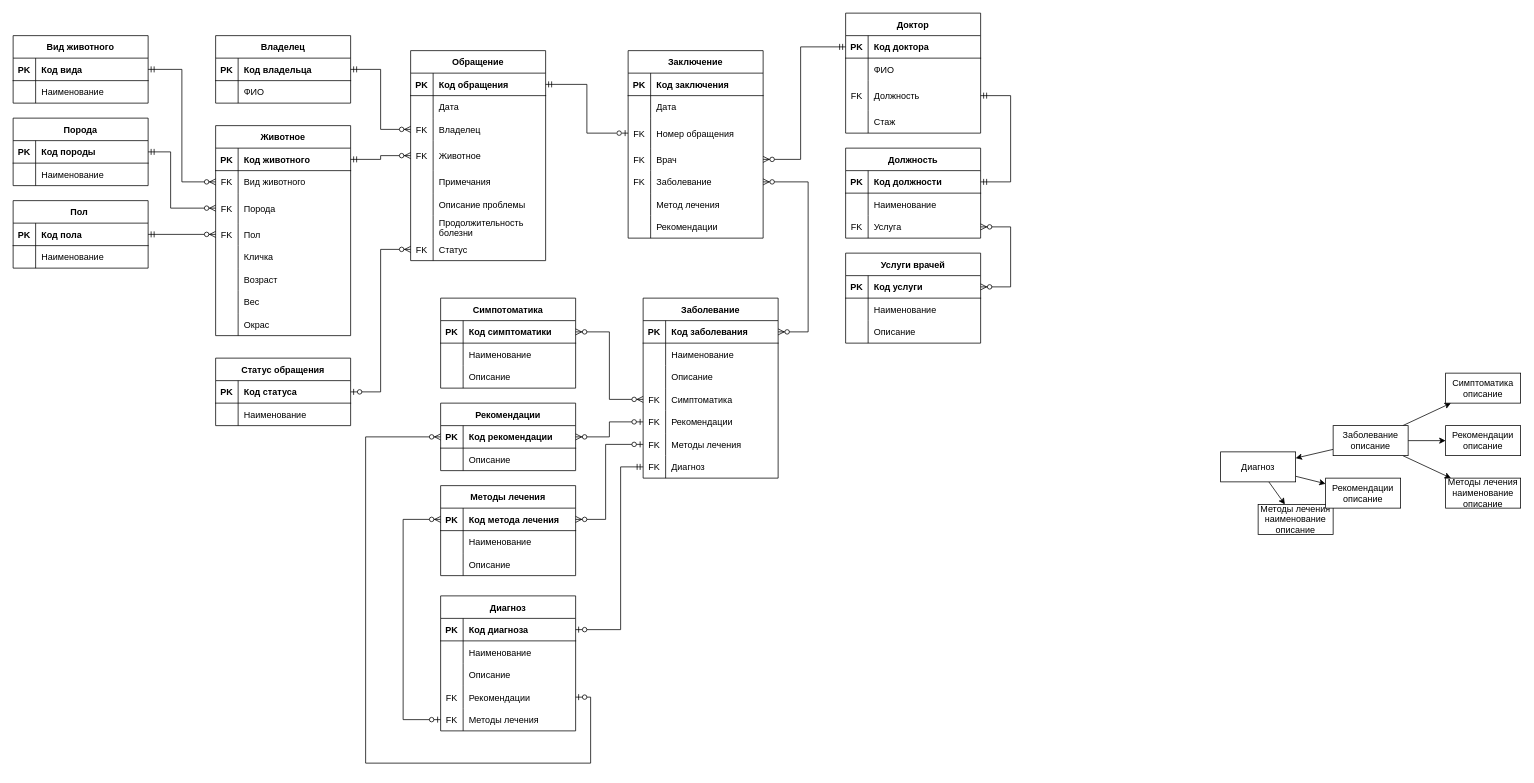
Before: ER.drawio in iluxa678/newsait, a draw.io diagram. Source tidied: cells renumbered, new cells numbered last; positions are measured from the earlier drawing's top-left corner, leaving out a move shared by most shapes. Both pictures are drawn from the tidied source at 75%, with x=0, y=0 at pixel (13, 13).
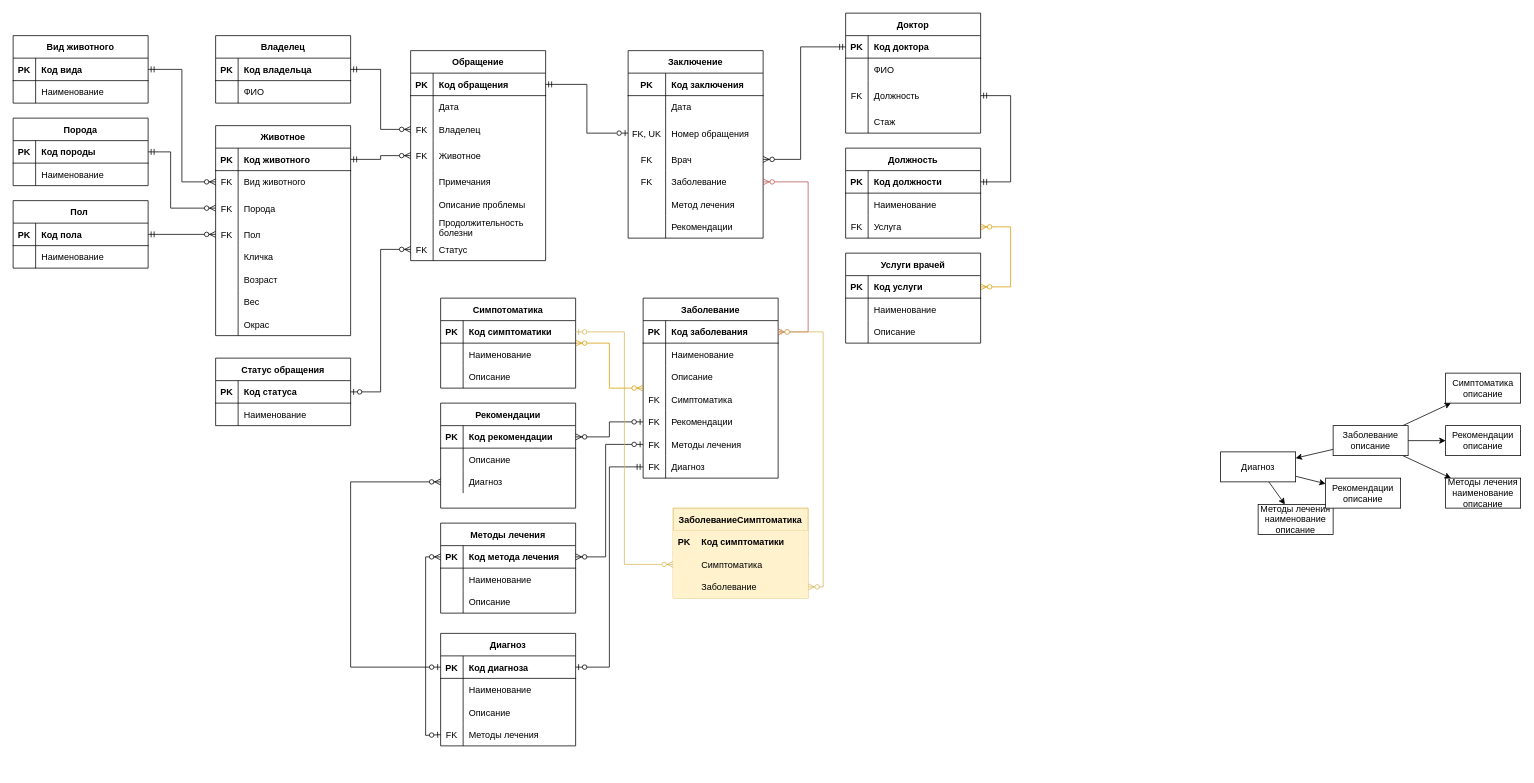
Above is the later version.

The change refers to these unchanged cells:
```xml
<mxCell id="28" style="shape=partialRectangle;fillColor=none;top=0;left=0;bottom=1;right=0;" parent="27" vertex="1">
  <mxGeometry y="30" width="180" height="30" as="geometry" />
</mxCell>
<mxCell id="31" style="shape=partialRectangle;fillColor=none;top=0;left=0;bottom=0;right=0;" parent="27" vertex="1">
  <mxGeometry y="60" width="180" height="30" as="geometry" />
</mxCell>
<mxCell id="34" style="shape=partialRectangle;fillColor=none;top=0;left=0;bottom=0;right=0;points=[[0,0.5],[1,0.5]];portConstraint=eastwest;" parent="27" vertex="1">
  <mxGeometry y="90" width="180" height="40" as="geometry" />
</mxCell>
<mxCell id="37" style="shape=partialRectangle;fillColor=none;top=0;left=0;bottom=0;right=0;points=[[0,0.5],[1,0.5]];portConstraint=eastwest;" parent="27" vertex="1">
  <mxGeometry y="130" width="180" height="30" as="geometry" />
</mxCell>
<mxCell id="40" style="shape=partialRectangle;fillColor=none;top=0;left=0;bottom=0;right=0;points=[[0,0.5],[1,0.5]];portConstraint=eastwest;" parent="27" vertex="1">
  <mxGeometry y="160" width="180" height="30" as="geometry" />
</mxCell>
<mxCell id="43" style="shape=partialRectangle;fillColor=none;top=0;left=0;bottom=0;right=0;" parent="27" vertex="1">
  <mxGeometry y="190" width="180" height="30" as="geometry" />
</mxCell>
<mxCell id="46" style="shape=partialRectangle;fillColor=none;top=0;left=0;bottom=0;right=0;" parent="27" vertex="1">
  <mxGeometry y="220" width="180" height="30" as="geometry" />
</mxCell>
<mxCell id="137" style="shape=partialRectangle;fillColor=none;top=0;left=0;bottom=0;right=0;points=[[0,0.5],[1,0.5]];portConstraint=eastwest;" parent="130" vertex="1">
  <mxGeometry y="90" width="180" height="30" as="geometry" />
</mxCell>
<mxCell id="142" style="shape=partialRectangle;fillColor=none;top=0;left=0;bottom=1;right=0;points=[[0,0.5],[1,0.5]];portConstraint=eastwest;" parent="141" vertex="1">
  <mxGeometry y="30" width="180" height="30" as="geometry" />
</mxCell>
<mxCell id="165" value="Заболевание" style="shape=table;startSize=30;childLayout=tableLayout;rowLines=0;fontStyle=1;align=center;" parent="1" vertex="1">
  <mxGeometry x="840" y="380" width="180" height="240" as="geometry" />
</mxCell>
<mxCell id="166" style="shape=partialRectangle;fillColor=none;top=0;left=0;bottom=1;right=0;points=[[0,0.5],[1,0.5]];portConstraint=eastwest;" parent="165" vertex="1">
  <mxGeometry y="30" width="180" height="30" as="geometry" />
</mxCell>
<mxCell id="175" style="shape=partialRectangle;fillColor=none;top=0;left=0;bottom=0;right=0;points=[[0,0.5],[1,0.5]];portConstraint=eastwest;" parent="165" vertex="1">
  <mxGeometry y="120" width="180" height="30" as="geometry" />
</mxCell>
<mxCell id="181" style="shape=partialRectangle;fillColor=none;top=0;left=0;bottom=0;right=0;points=[[0,0.5],[1,0.5]];portConstraint=eastwest;" parent="165" vertex="1">
  <mxGeometry y="180" width="180" height="30" as="geometry" />
</mxCell>
<mxCell id="184" style="shape=partialRectangle;fillColor=none;top=0;left=0;bottom=0;right=0;points=[[0,0.5],[1,0.5]];portConstraint=eastwest;" parent="165" vertex="1">
  <mxGeometry y="210" width="180" height="30" as="geometry" />
</mxCell>
<mxCell id="188" style="shape=partialRectangle;fillColor=none;top=0;left=0;bottom=1;right=0;points=[[0,0.5],[1,0.5]];portConstraint=eastwest;" parent="187" vertex="1">
  <mxGeometry y="30" width="180" height="30" as="geometry" />
</mxCell>
<mxCell id="195" style="shape=partialRectangle;fillColor=none;top=0;left=0;bottom=1;right=0;points=[[0,0.5],[1,0.5]];portConstraint=eastwest;" parent="194" vertex="1">
  <mxGeometry y="30" width="180" height="30" as="geometry" />
</mxCell>
<mxCell id="204" value="Симпотоматика" style="shape=table;startSize=30;childLayout=tableLayout;rowLines=0;fontStyle=1;align=center;" parent="1" vertex="1">
  <mxGeometry x="570" y="380" width="180" height="120" as="geometry" />
</mxCell>
<mxCell id="205" style="shape=partialRectangle;fillColor=none;top=0;left=0;bottom=1;right=0;points=[[0,0.5],[1,0.5]];portConstraint=eastwest;" parent="204" vertex="1">
  <mxGeometry y="30" width="180" height="30" as="geometry" />
</mxCell>
<mxCell id="219" style="shape=partialRectangle;fillColor=none;top=0;left=0;bottom=1;right=0;points=[[0,0.5],[1,0.5]];portConstraint=eastwest;" parent="218" vertex="1">
  <mxGeometry y="30" width="180" height="30" as="geometry" />
</mxCell>
```

What changed in the source:
```diff
@@
     <mxCell id="29" value="PK" style="shape=partialRectangle;fillColor=none;top=0;left=0;bottom=0;right=0;fontStyle=1;overflow=hidden;" parent="28" vertex="1">
-      <mxGeometry width="30" height="30" as="geometry" />
+      <mxGeometry width="50" height="30" as="geometry" />
     </mxCell>
     <mxCell id="30" value="Код заключения" style="shape=partialRectangle;fillColor=none;top=0;left=0;bottom=0;right=0;align=left;spacingLeft=6;fontStyle=1;overflow=hidden;" parent="28" vertex="1">
-      <mxGeometry x="30" width="150" height="30" as="geometry" />
+      <mxGeometry x="50" width="130" height="30" as="geometry" />
     </mxCell>
@@
     <mxCell id="32" style="shape=partialRectangle;fillColor=none;top=0;left=0;bottom=0;right=0;overflow=hidden;" parent="31" vertex="1">
-      <mxGeometry width="30" height="30" as="geometry" />
+      <mxGeometry width="50" height="30" as="geometry" />
     </mxCell>
     <mxCell id="33" value="Дата" style="shape=partialRectangle;fillColor=none;top=0;left=0;bottom=0;right=0;align=left;spacingLeft=6;overflow=hidden;" parent="31" vertex="1">
-      <mxGeometry x="30" width="150" height="30" as="geometry" />
+      <mxGeometry x="50" width="130" height="30" as="geometry" />
     </mxCell>
@@
-    <mxCell id="35" value="FK" style="shape=partialRectangle;fillColor=none;top=0;left=0;bottom=0;right=0;overflow=hidden;" parent="34" vertex="1">
-      <mxGeometry width="30" height="40" as="geometry" />
+    <mxCell id="35" value="FK, UK" style="shape=partialRectangle;fillColor=none;top=0;left=0;bottom=0;right=0;overflow=hidden;" parent="34" vertex="1">
+      <mxGeometry width="50" height="40" as="geometry" />
     </mxCell>
     <mxCell id="36" value="Номер обращения" style="shape=partialRectangle;fillColor=none;top=0;left=0;bottom=0;right=0;align=left;spacingLeft=6;overflow=hidden;" parent="34" vertex="1">
-      <mxGeometry x="30" width="150" height="40" as="geometry" />
+      <mxGeometry x="50" width="130" height="40" as="geometry" />
     </mxCell>
@@
     <mxCell id="38" value="FK" style="shape=partialRectangle;fillColor=none;top=0;left=0;bottom=0;right=0;overflow=hidden;" parent="37" vertex="1">
-      <mxGeometry width="30" height="30" as="geometry" />
+      <mxGeometry width="50" height="30" as="geometry" />
     </mxCell>
     <mxCell id="39" value="Врач" style="shape=partialRectangle;top=0;left=0;bottom=0;right=0;align=left;spacingLeft=6;overflow=hidden;fillColor=none;" parent="37" vertex="1">
-      <mxGeometry x="30" width="150" height="30" as="geometry" />
+      <mxGeometry x="50" width="130" height="30" as="geometry" />
     </mxCell>
@@
     <mxCell id="41" value="FK" style="shape=partialRectangle;fillColor=none;top=0;left=0;bottom=0;right=0;overflow=hidden;" parent="40" vertex="1">
-      <mxGeometry width="30" height="30" as="geometry" />
+      <mxGeometry width="50" height="30" as="geometry" />
     </mxCell>
     <mxCell id="42" value="Заболевание" style="shape=partialRectangle;top=0;left=0;bottom=0;right=0;align=left;spacingLeft=6;overflow=hidden;strokeColor=#b85450;fillColor=none;" parent="40" vertex="1">
-      <mxGeometry x="30" width="150" height="30" as="geometry" />
+      <mxGeometry x="50" width="130" height="30" as="geometry" />
     </mxCell>
@@
     <mxCell id="44" style="shape=partialRectangle;fillColor=none;top=0;left=0;bottom=0;right=0;overflow=hidden;" parent="43" vertex="1">
-      <mxGeometry width="30" height="30" as="geometry" />
+      <mxGeometry width="50" height="30" as="geometry" />
     </mxCell>
     <mxCell id="45" value="Метод лечения" style="shape=partialRectangle;fillColor=none;top=0;left=0;bottom=0;right=0;align=left;spacingLeft=6;overflow=hidden;" parent="43" vertex="1">
-      <mxGeometry x="30" width="150" height="30" as="geometry" />
+      <mxGeometry x="50" width="130" height="30" as="geometry" />
     </mxCell>
@@
     <mxCell id="47" style="shape=partialRectangle;fillColor=none;top=0;left=0;bottom=0;right=0;overflow=hidden;" parent="46" vertex="1">
-      <mxGeometry width="30" height="30" as="geometry" />
+      <mxGeometry width="50" height="30" as="geometry" />
     </mxCell>
     <mxCell id="48" value="Рекомендации" style="shape=partialRectangle;fillColor=none;top=0;left=0;bottom=0;right=0;align=left;spacingLeft=6;overflow=hidden;" parent="46" vertex="1">
-      <mxGeometry x="30" width="150" height="30" as="geometry" />
+      <mxGeometry x="50" width="130" height="30" as="geometry" />
     </mxCell>
@@
-    <mxCell id="151" style="edgeStyle=orthogonalEdgeStyle;rounded=0;jettySize=auto;html=1;exitX=1;exitY=0.5;exitDx=0;exitDy=0;entryX=1;entryY=0.5;entryDx=0;entryDy=0;startArrow=ERzeroToMany;startFill=1;endArrow=ERzeroToMany;endFill=1;" parent="1" edge="1" source="142" target="137">
+    <mxCell id="151" style="edgeStyle=orthogonalEdgeStyle;rounded=0;jettySize=auto;html=1;exitX=1;exitY=0.5;exitDx=0;exitDy=0;entryX=1;entryY=0.5;entryDx=0;entryDy=0;startArrow=ERzeroToMany;startFill=1;endArrow=ERzeroToMany;endFill=1;fillColor=#ffe6cc;strokeColor=#d79b00;" parent="1" edge="1" source="142" target="137">
       <mxGeometry relative="1" as="geometry">
         <Array as="points">
           <mxPoint x="1330" y="365" />
           <mxPoint x="1330" y="285" />
         </Array>
       </mxGeometry>
     </mxCell>
@@
     <mxCell id="187" value="Рекомендации" style="shape=table;startSize=30;childLayout=tableLayout;rowLines=0;fontStyle=1;align=center;" parent="1" vertex="1">
-      <mxGeometry x="570" y="520" width="180" height="90" as="geometry" />
+      <mxGeometry x="570" y="520" width="180" height="140" as="geometry" />
     </mxCell>
@@
+    <mxCell id="237" style="shape=partialRectangle;fillColor=none;top=0;left=0;bottom=0;right=0;points=[[0,0.5],[1,0.5]];portConstraint=eastwest;" parent="187" vertex="1">
+      <mxGeometry y="90" width="180" height="30" as="geometry" />
+    </mxCell>
+    <mxCell id="238" value="    " style="shape=partialRectangle;fillColor=none;top=0;left=0;bottom=0;right=0;overflow=hidden;" parent="237" vertex="1">
+      <mxGeometry width="30" height="30" as="geometry" />
+    </mxCell>
+    <mxCell id="239" value="Диагноз" style="shape=partialRectangle;fillColor=none;top=0;left=0;bottom=0;right=0;align=left;spacingLeft=6;overflow=hidden;" parent="237" vertex="1">
+      <mxGeometry x="30" width="150" height="30" as="geometry" />
+    </mxCell>
     <mxCell id="194" value="Методы лечения" style="shape=table;startSize=30;childLayout=tableLayout;rowLines=0;fontStyle=1;align=center;" parent="1" vertex="1">
-      <mxGeometry x="570" y="630" width="180" height="120" as="geometry" />
+      <mxGeometry x="570" y="680" width="180" height="120" as="geometry" />
     </mxCell>
@@
-    <mxCell id="214" style="edgeStyle=orthogonalEdgeStyle;rounded=0;jettySize=auto;html=1;exitX=1;exitY=0.5;exitDx=0;exitDy=0;startArrow=ERzeroToMany;startFill=1;endArrow=ERzeroToMany;endFill=1;" parent="1" edge="1" source="166" target="40">
+    <mxCell id="214" style="edgeStyle=orthogonalEdgeStyle;rounded=0;jettySize=auto;html=1;exitX=1;exitY=0.5;exitDx=0;exitDy=0;startArrow=ERzeroToMany;startFill=1;endArrow=ERzeroToMany;endFill=1;fillColor=#f8cecc;strokeColor=#b85450;" parent="1" edge="1" source="166" target="40">
       <mxGeometry relative="1" as="geometry">
         <Array as="points">
           <mxPoint x="1060" y="425" />
           <mxPoint x="1060" y="225" />
         </Array>
       </mxGeometry>
     </mxCell>
-    <mxCell id="215" style="edgeStyle=orthogonalEdgeStyle;rounded=0;jettySize=auto;html=1;exitX=1;exitY=0.5;exitDx=0;exitDy=0;startArrow=ERzeroToMany;startFill=1;endArrow=ERzeroToMany;endFill=1;" parent="1" edge="1" source="205" target="175">
+    <mxCell id="215" style="edgeStyle=orthogonalEdgeStyle;rounded=0;jettySize=auto;html=1;startArrow=ERzeroToMany;startFill=1;endArrow=ERzeroToMany;endFill=1;fillColor=#ffe6cc;strokeColor=#d79b00;" parent="1" edge="1" source="204" target="165">
       <mxGeometry relative="1" as="geometry" />
     </mxCell>
@@
     <mxCell id="217" style="edgeStyle=orthogonalEdgeStyle;rounded=0;jettySize=auto;html=1;exitX=1;exitY=0.5;exitDx=0;exitDy=0;startArrow=ERzeroToMany;startFill=1;endArrow=ERzeroToOne;endFill=1;" parent="1" edge="1" source="195" target="181">
       <mxGeometry relative="1" as="geometry">
         <Array as="points">
-          <mxPoint x="790" y="675" />
+          <mxPoint x="790" y="725" />
           <mxPoint x="790" y="575" />
         </Array>
       </mxGeometry>
     </mxCell>
     <mxCell id="218" value="Диагноз" style="shape=table;startSize=30;childLayout=tableLayout;rowLines=0;fontStyle=1;align=center;" parent="1" vertex="1">
-      <mxGeometry x="570" y="777" width="180" height="180" as="geometry" />
+      <mxGeometry x="570" y="827" width="180" height="150" as="geometry" />
     </mxCell>
@@
-    <mxCell id="228" style="shape=partialRectangle;fillColor=none;top=0;left=0;bottom=0;right=0;points=[[0,0.5],[1,0.5]];portConstraint=eastwest;" parent="218" vertex="1">
-      <mxGeometry y="120" width="180" height="30" as="geometry" />
-    </mxCell>
-    <mxCell id="229" value="FK" style="shape=partialRectangle;fillColor=none;top=0;left=0;bottom=0;right=0;overflow=hidden;" parent="228" vertex="1">
-      <mxGeometry width="30" height="30" as="geometry" />
-    </mxCell>
-    <mxCell id="230" value="Рекомендации" style="shape=partialRectangle;fillColor=none;top=0;left=0;bottom=0;right=0;align=left;spacingLeft=6;overflow=hidden;" parent="228" vertex="1">
-      <mxGeometry x="30" width="150" height="30" as="geometry" />
-    </mxCell>
     <mxCell id="231" style="shape=partialRectangle;fillColor=none;top=0;left=0;bottom=0;right=0;points=[[0,0.5],[1,0.5]];portConstraint=eastwest;" parent="218" vertex="1">
-      <mxGeometry y="150" width="180" height="30" as="geometry" />
+      <mxGeometry y="120" width="180" height="30" as="geometry" />
     </mxCell>
@@
     <mxCell id="234" style="edgeStyle=orthogonalEdgeStyle;rounded=0;jettySize=auto;html=1;exitX=1;exitY=0.5;exitDx=0;exitDy=0;entryX=0;entryY=0.5;entryDx=0;entryDy=0;endArrow=ERmandOne;endFill=0;startArrow=ERzeroToOne;startFill=1;" parent="1" edge="1" source="219" target="184">
-      <mxGeometry relative="1" as="geometry">
-        <Array as="points">
-          <mxPoint x="810" y="822" />
-          <mxPoint x="810" y="605" />
-        </Array>
-      </mxGeometry>
+      <mxGeometry relative="1" as="geometry" />
     </mxCell>
-    <mxCell id="235" style="edgeStyle=orthogonalEdgeStyle;rounded=0;jettySize=auto;html=1;exitX=0;exitY=0.5;exitDx=0;exitDy=0;startArrow=ERzeroToMany;startFill=1;endArrow=ERzeroToOne;endFill=1;" parent="1" edge="1" source="188" target="228">
+    <mxCell id="235" style="edgeStyle=orthogonalEdgeStyle;rounded=0;jettySize=auto;html=1;exitX=0;exitY=0.5;exitDx=0;exitDy=0;startArrow=ERzeroToMany;startFill=1;endArrow=ERzeroToOne;endFill=1;entryX=0;entryY=0.5;entryDx=0;entryDy=0;" parent="1" edge="1" source="237" target="219">
       <mxGeometry relative="1" as="geometry">
         <Array as="points">
-          <mxPoint x="470" y="565" />
-          <mxPoint x="470" y="1000" />
-          <mxPoint x="770" y="1000" />
-          <mxPoint x="770" y="912" />
+          <mxPoint x="450" y="625" />
+          <mxPoint x="450" y="872" />
         </Array>
       </mxGeometry>
     </mxCell>
     <mxCell id="236" style="edgeStyle=orthogonalEdgeStyle;rounded=0;jettySize=auto;html=1;exitX=0;exitY=0.5;exitDx=0;exitDy=0;entryX=0;entryY=0.5;entryDx=0;entryDy=0;startArrow=ERzeroToMany;startFill=1;endArrow=ERzeroToOne;endFill=1;" parent="1" edge="1" source="195" target="231">
       <mxGeometry relative="1" as="geometry">
         <Array as="points">
-          <mxPoint x="520" y="675" />
-          <mxPoint x="520" y="942" />
+          <mxPoint x="550" y="725" />
+          <mxPoint x="550" y="963" />
         </Array>
       </mxGeometry>
     </mxCell>
+    <mxCell id="240" value="ЗаболеваниеСимптоматика" style="shape=table;startSize=30;childLayout=tableLayout;rowLines=0;fontStyle=1;align=center;fillColor=#fff2cc;strokeColor=#d6b656;" parent="1" vertex="1">
+      <mxGeometry x="880" y="660" width="180" height="120" as="geometry" />
+    </mxCell>
+    <mxCell id="241" style="shape=partialRectangle;fillColor=#fff2cc;top=0;left=0;bottom=1;right=0;strokeColor=#d6b656;" parent="240" vertex="1">
+      <mxGeometry y="30" width="180" height="30" as="geometry" />
+    </mxCell>
+    <mxCell id="242" value="PK" style="shape=partialRectangle;fillColor=#fff2cc;top=0;left=0;bottom=0;right=0;fontStyle=1;overflow=hidden;strokeColor=#d6b656;" parent="241" vertex="1">
+      <mxGeometry width="30" height="30" as="geometry" />
+    </mxCell>
+    <mxCell id="243" value="Код симптоматики" style="shape=partialRectangle;fillColor=#fff2cc;top=0;left=0;bottom=0;right=0;align=left;spacingLeft=6;fontStyle=1;overflow=hidden;strokeColor=#d6b656;" parent="241" vertex="1">
+      <mxGeometry x="30" width="150" height="30" as="geometry" />
+    </mxCell>
+    <mxCell id="244" style="shape=partialRectangle;fillColor=#fff2cc;top=0;left=0;bottom=0;right=0;points=[[0,0.5],[1,0.5]];portConstraint=eastwest;strokeColor=#d6b656;" parent="240" vertex="1">
+      <mxGeometry y="60" width="180" height="30" as="geometry" />
+    </mxCell>
+    <mxCell id="245" style="shape=partialRectangle;fillColor=#fff2cc;top=0;left=0;bottom=0;right=0;overflow=hidden;strokeColor=#d6b656;" parent="244" vertex="1">
+      <mxGeometry width="30" height="30" as="geometry" />
+    </mxCell>
+    <mxCell id="246" value="Симптоматика" style="shape=partialRectangle;fillColor=#fff2cc;top=0;left=0;bottom=0;right=0;align=left;spacingLeft=6;overflow=hidden;strokeColor=#d6b656;" parent="244" vertex="1">
+      <mxGeometry x="30" width="150" height="30" as="geometry" />
+    </mxCell>
+    <mxCell id="247" style="shape=partialRectangle;fillColor=#fff2cc;top=0;left=0;bottom=0;right=0;points=[[0,0.5],[1,0.5]];portConstraint=eastwest;strokeColor=#d6b656;" parent="240" vertex="1">
+      <mxGeometry y="90" width="180" height="30" as="geometry" />
+    </mxCell>
+    <mxCell id="248" style="shape=partialRectangle;fillColor=#fff2cc;top=0;left=0;bottom=0;right=0;overflow=hidden;strokeColor=#d6b656;" parent="247" vertex="1">
+      <mxGeometry width="30" height="30" as="geometry" />
+    </mxCell>
+    <mxCell id="249" value="Заболевание" style="shape=partialRectangle;fillColor=#fff2cc;top=0;left=0;bottom=0;right=0;align=left;spacingLeft=6;overflow=hidden;strokeColor=#d6b656;" parent="247" vertex="1">
+      <mxGeometry x="30" width="150" height="30" as="geometry" />
+    </mxCell>
+    <mxCell id="250" style="edgeStyle=orthogonalEdgeStyle;rounded=0;jettySize=auto;html=1;exitX=1;exitY=0.5;exitDx=0;exitDy=0;startArrow=ERzeroToOne;startFill=1;endArrow=ERzeroToMany;endFill=1;entryX=1;entryY=0.5;entryDx=0;entryDy=0;fillColor=#fff2cc;strokeColor=#d6b656;" parent="1" edge="1" source="166" target="247">
+      <mxGeometry relative="1" as="geometry" />
+    </mxCell>
+    <mxCell id="251" style="edgeStyle=orthogonalEdgeStyle;rounded=0;jettySize=auto;html=1;exitX=1;exitY=0.5;exitDx=0;exitDy=0;startArrow=ERzeroToOne;startFill=1;endArrow=ERzeroToMany;endFill=1;entryX=0;entryY=0.5;entryDx=0;entryDy=0;fillColor=#fff2cc;strokeColor=#d6b656;" parent="1" edge="1" source="205" target="244">
+      <mxGeometry relative="1" as="geometry" />
+    </mxCell>
```
